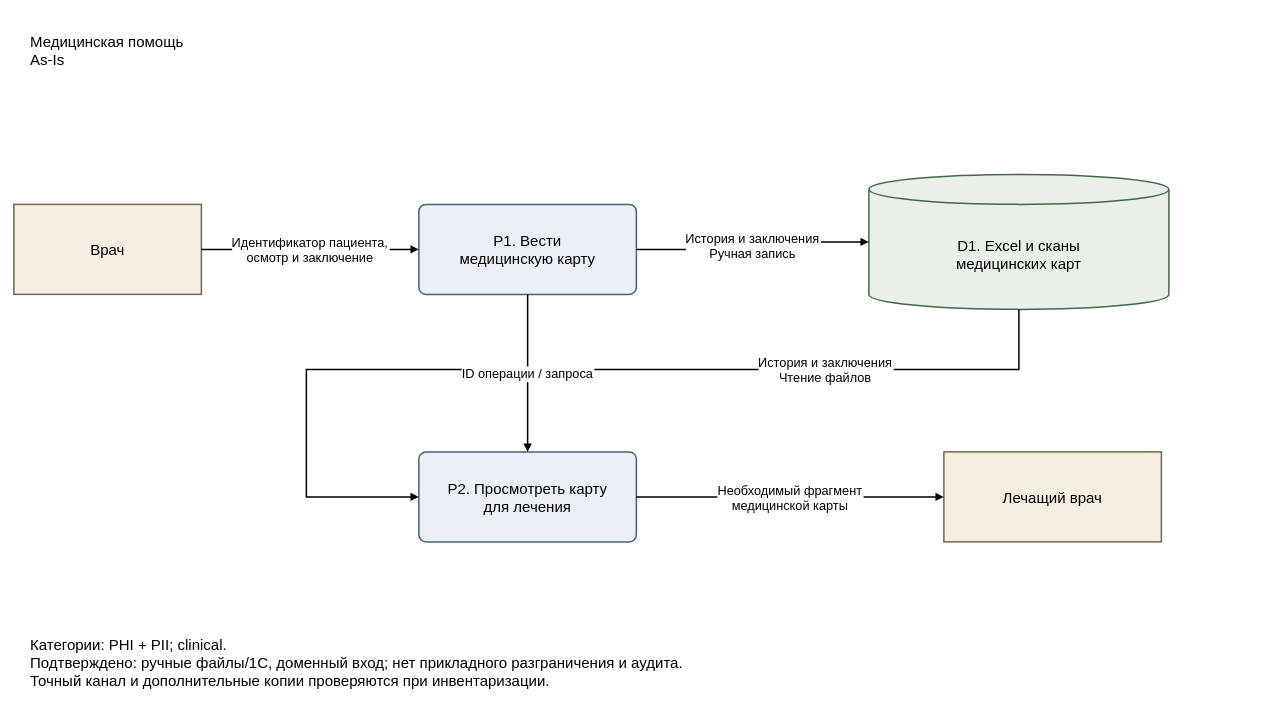
Before: page "2. Медицинская помощь — As-Is" (3 of 12) of Task1/Потоки данных.drawio in Daresana/architecture-medikamente, a draw.io diagram. Source tidied: cells renumbered, new cells numbered last; positions are measured from the earlier drawing's top-left corner, leaving out a move shared by most shapes. Both pictures are drawn from the tidied source at 75%, with x=0, y=0 at pixel (14, 13).
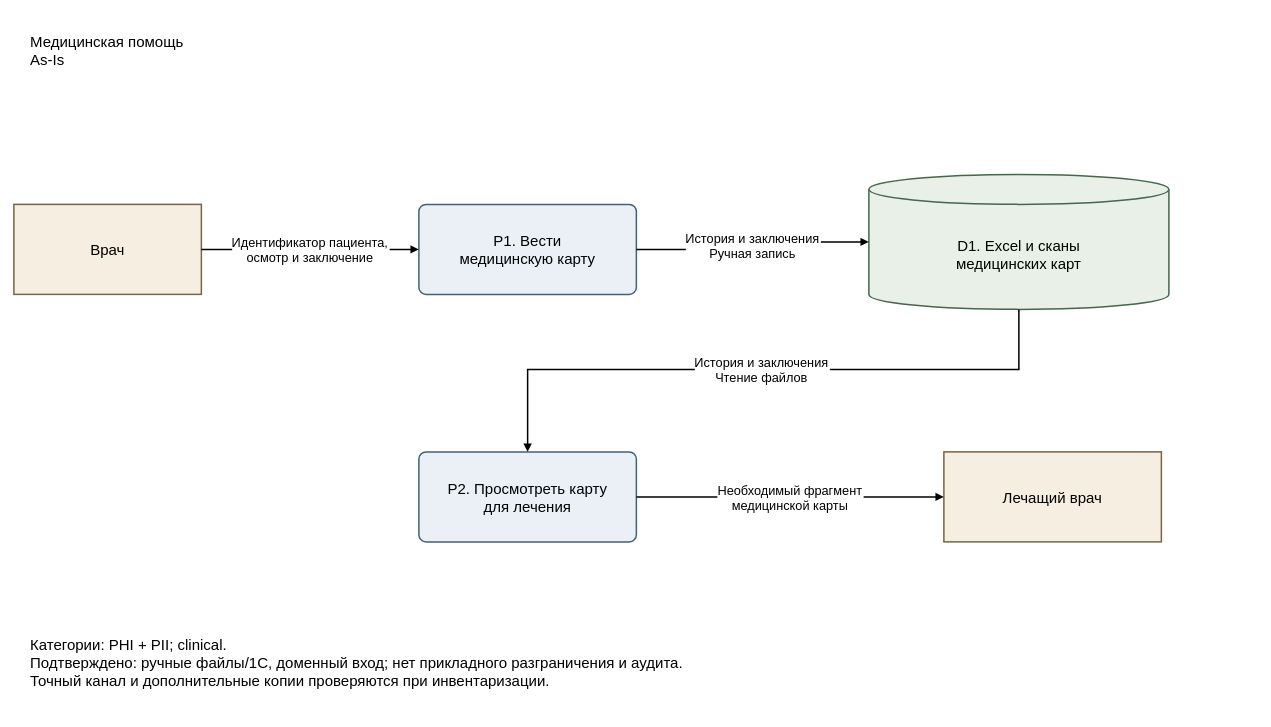
After the change.

The edit, as a diff of the source:
```diff
@@
 <mxGraphModel>
   <root>
     <mxCell id="0" />
     <mxCell id="1" parent="0" />
     <mxCell id="2" value="Медицинская помощь&#10;As-Is" style="whiteSpace=wrap;html=0;fontSize=20;fontFamily=Arial;align=center;verticalAlign=middle;spacing=12;strokeWidth=2;shape=rectangle;strokeColor=none;fillColor=none;align=left;" parent="1" vertex="1">
       <mxGeometry x="10" width="1650" height="100" as="geometry" />
     </mxCell>
     <mxCell id="3" value="Врач" style="whiteSpace=wrap;html=0;fontSize=20;fontFamily=Arial;align=center;verticalAlign=middle;spacing=12;strokeWidth=2;rounded=0;fillColor=#f5eee1;strokeColor=#786448;" parent="1" vertex="1">
       <mxGeometry y="255" width="250" height="120" as="geometry" />
     </mxCell>
     <mxCell id="4" value="P1. Вести&#10;медицинскую карту" style="whiteSpace=wrap;html=0;fontSize=20;fontFamily=Arial;align=center;verticalAlign=middle;spacing=12;strokeWidth=2;rounded=1;arcSize=8;fillColor=#eaf0f5;strokeColor=#456078;" parent="1" vertex="1">
       <mxGeometry x="540" y="255" width="290" height="120" as="geometry" />
     </mxCell>
     <mxCell id="5" value="D1. Excel и сканы&#10;медицинских карт" style="whiteSpace=wrap;html=0;fontSize=20;fontFamily=Arial;align=center;verticalAlign=middle;spacing=12;strokeWidth=2;shape=cylinder3;boundedLbl=1;size=20;fillColor=#e8f0e8;strokeColor=#47664d;" parent="1" vertex="1">
       <mxGeometry x="1140" y="215" width="400" height="180" as="geometry" />
     </mxCell>
     <mxCell id="6" value="P2. Просмотреть карту&#10;для лечения" style="whiteSpace=wrap;html=0;fontSize=20;fontFamily=Arial;align=center;verticalAlign=middle;spacing=12;strokeWidth=2;rounded=1;arcSize=8;fillColor=#eaf0f5;strokeColor=#456078;" parent="1" vertex="1">
       <mxGeometry x="540" y="585" width="290" height="120" as="geometry" />
     </mxCell>
     <mxCell id="7" value="Лечащий врач" style="whiteSpace=wrap;html=0;fontSize=20;fontFamily=Arial;align=center;verticalAlign=middle;spacing=12;strokeWidth=2;rounded=0;fillColor=#f5eee1;strokeColor=#786448;" parent="1" vertex="1">
       <mxGeometry x="1240" y="585" width="290" height="120" as="geometry" />
     </mxCell>
     <mxCell id="8" value="Категории: PHI + PII; clinical.&#10;Подтверждено: ручные файлы/1С, доменный вход; нет прикладного разграничения и аудита.&#10;Точный канал и дополнительные копии проверяются при инвентаризации." style="whiteSpace=wrap;html=0;fontSize=20;fontFamily=Arial;align=center;verticalAlign=middle;spacing=12;strokeWidth=2;shape=rectangle;strokeColor=none;fillColor=none;align=left;" parent="1" vertex="1">
       <mxGeometry x="10" y="795" width="1650" height="140" as="geometry" />
     </mxCell>
     <mxCell id="9" value="Идентификатор пациента,&#10;осмотр и заключение" style="edgeStyle=orthogonalEdgeStyle;rounded=0;html=0;endArrow=block;endFill=1;strokeWidth=2;fontSize=17;labelBackgroundColor=#ffffff;spacing=5;exitX=1;exitY=0.5;entryX=0;entryY=0.5;exitPerimeter=0;entryPerimeter=0;" parent="1" edge="1" source="3" target="4">
       <mxGeometry relative="1" as="geometry" />
     </mxCell>
     <mxCell id="10" value="История и заключения&#10;Ручная запись" style="edgeStyle=orthogonalEdgeStyle;rounded=0;html=0;endArrow=block;endFill=1;strokeWidth=2;fontSize=17;labelBackgroundColor=#ffffff;spacing=5;exitX=1;exitY=0.5;entryX=0;entryY=0.5;exitPerimeter=0;entryPerimeter=0;" parent="1" edge="1" source="4" target="5">
       <mxGeometry relative="1" as="geometry" />
     </mxCell>
-    <mxCell id="11" value="История и заключения&#10;Чтение файлов" style="edgeStyle=orthogonalEdgeStyle;rounded=0;html=0;endArrow=block;endFill=1;strokeWidth=2;fontSize=17;labelBackgroundColor=#ffffff;spacing=5;exitX=0.5;exitY=1;entryX=0;entryY=0.5;exitPerimeter=0;entryPerimeter=0;" parent="1" edge="1" source="5" target="6">
-      <mxGeometry x="-0.5" relative="1" as="geometry">
+    <mxCell id="11" value="История и заключения&#10;Чтение файлов" style="edgeStyle=orthogonalEdgeStyle;rounded=0;html=0;endArrow=block;endFill=1;strokeWidth=2;fontSize=17;labelBackgroundColor=#ffffff;spacing=5;exitX=0.5;exitY=1;entryX=0.5;entryY=0;exitPerimeter=0;entryPerimeter=0;" parent="1" edge="1" source="5" target="6">
+      <mxGeometry relative="1" as="geometry">
         <Array as="points">
           <mxPoint x="1340" y="475" />
-          <mxPoint x="390" y="475" />
-          <mxPoint x="390" y="645" />
+          <mxPoint x="685" y="475" />
         </Array>
       </mxGeometry>
     </mxCell>
-    <mxCell id="12" value="ID операции / запроса" style="edgeStyle=orthogonalEdgeStyle;rounded=0;html=0;endArrow=block;endFill=1;strokeWidth=2;fontSize=17;labelBackgroundColor=#ffffff;spacing=5;exitX=0.5;exitY=1;entryX=0.5;entryY=0;exitPerimeter=0;entryPerimeter=0;" parent="1" edge="1" source="4" target="6">
-      <mxGeometry relative="1" as="geometry" />
-    </mxCell>
     <mxCell id="13" value="Необходимый фрагмент&#10;медицинской карты" style="edgeStyle=orthogonalEdgeStyle;rounded=0;html=0;endArrow=block;endFill=1;strokeWidth=2;fontSize=17;labelBackgroundColor=#ffffff;spacing=5;exitX=1;exitY=0.5;entryX=0;entryY=0.5;exitPerimeter=0;entryPerimeter=0;" parent="1" edge="1" source="6" target="7">
       <mxGeometry relative="1" as="geometry" />
     </mxCell>
   </root>
 </mxGraphModel>
```
